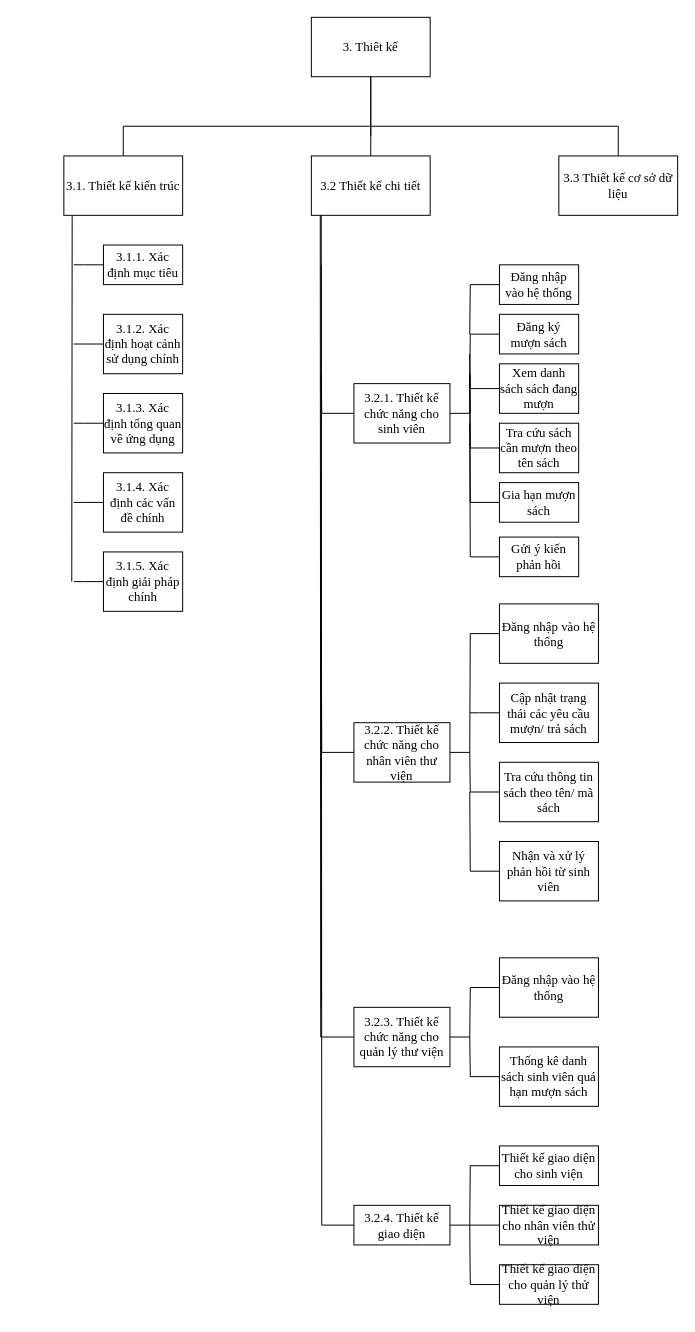
Earlier version of the draw.io diagram page "Design" (3 of 6) of WBS Library Official.drawio (MinhNgoc61021/PM). Source tidied: cells renumbered, new cells numbered last; positions are measured from the earlier drawing's top-left corner, leaving out a move shared by most shapes. Both pictures are drawn from the tidied source at 99%, with x=0, y=0 at pixel (63, 17).
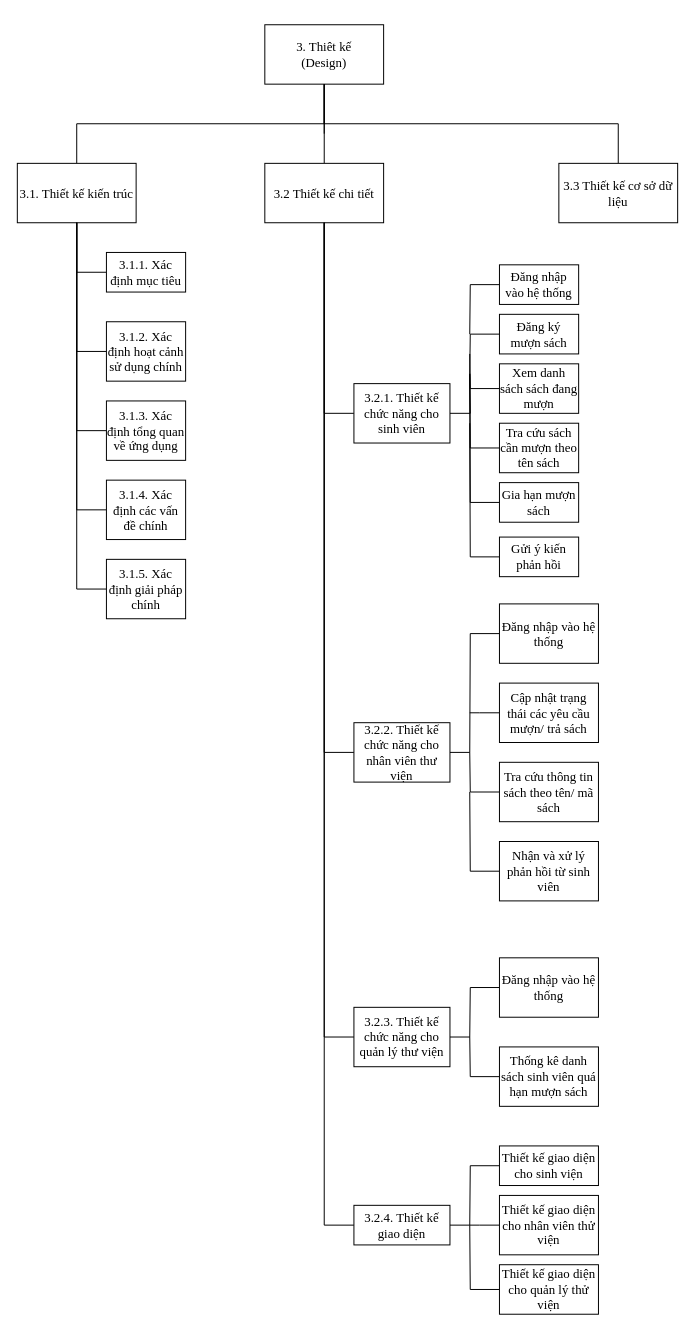
The same page after the edit.

The change refers to these unchanged cells:
```xml
<mxCell id="24" value="3.2.4. Thiết kế giao diện" style="rounded=0;whiteSpace=wrap;html=1;fontFamily=Times New Roman;fontSize=13;" parent="1" vertex="1">
  <mxGeometry x="293" y="1200" width="97" height="40" as="geometry" />
</mxCell>
<mxCell id="27" value="3.2.1. Thiết kế chức năng cho sinh viên" style="rounded=0;whiteSpace=wrap;html=1;fontFamily=Times New Roman;fontSize=13;" parent="1" vertex="1">
  <mxGeometry x="293" y="370" width="97" height="60" as="geometry" />
</mxCell>
<mxCell id="30" value="3.2.2. Thiết kế chức năng cho nhân viên thư viện" style="rounded=0;whiteSpace=wrap;html=1;fontFamily=Times New Roman;fontSize=13;" parent="1" vertex="1">
  <mxGeometry x="293" y="712.5" width="97" height="60" as="geometry" />
</mxCell>
<mxCell id="53" value="3.2.3. Thiết kế chức năng cho quản lý thư viện" style="rounded=0;whiteSpace=wrap;html=1;fontFamily=Times New Roman;fontSize=13;" parent="1" vertex="1">
  <mxGeometry x="293" y="1000" width="97" height="60" as="geometry" />
</mxCell>
```

Diff of the diagram source:
```diff
@@
     <mxCell id="2" style="edgeStyle=orthogonalEdgeStyle;rounded=0;jettySize=auto;html=1;endArrow=none;endFill=0;fontFamily=Times New Roman;fontSize=13;" parent="1" edge="1" source="3">
       <mxGeometry relative="1" as="geometry">
-        <mxPoint x="310" y="110" as="targetPoint" />
+        <mxPoint x="263" y="117.5" as="targetPoint" />
       </mxGeometry>
     </mxCell>
-    <mxCell id="3" value="3. Thiêt kế" style="rounded=0;whiteSpace=wrap;html=1;fontFamily=Times New Roman;fontSize=13;" parent="1" vertex="1">
-      <mxGeometry x="250" width="120" height="60" as="geometry" />
+    <mxCell id="3" value="3. Thiêt kế&lt;br&gt;(Design)" style="rounded=0;whiteSpace=wrap;html=1;fontFamily=Times New Roman;fontSize=13;" parent="1" vertex="1">
+      <mxGeometry x="203" y="7.5" width="120" height="60" as="geometry" />
     </mxCell>
-    <mxCell id="4" style="edgeStyle=orthogonalEdgeStyle;rounded=0;jettySize=auto;html=1;endArrow=none;endFill=0;fontFamily=Times New Roman;fontSize=13;" parent="1" edge="1" source="5">
-      <mxGeometry relative="1" as="geometry">
-        <mxPoint x="310" y="120" as="targetPoint" />
-        <Array as="points">
-          <mxPoint x="560" y="110" />
-          <mxPoint x="310" y="110" />
-        </Array>
-      </mxGeometry>
-    </mxCell>
+    <mxCell id="64" style="edgeStyle=orthogonalEdgeStyle;rounded=0;jettySize=auto;html=1;exitX=0.5;exitY=0;exitDx=0;exitDy=0;entryX=0.5;entryY=1;entryDx=0;entryDy=0;endArrow=none;endFill=0;" parent="1" edge="1" source="5" target="3">
+      <mxGeometry relative="1" as="geometry" />
+    </mxCell>
     <mxCell id="5" value="3.3 Thiết kế cơ sở dữ liệu" style="rounded=0;whiteSpace=wrap;html=1;fontFamily=Times New Roman;fontSize=13;" parent="1" vertex="1">
-      <mxGeometry x="500" y="140" width="120" height="60" as="geometry" />
+      <mxGeometry x="500" y="147.5" width="120" height="60" as="geometry" />
     </mxCell>
-    <mxCell id="6" style="edgeStyle=orthogonalEdgeStyle;rounded=0;jettySize=auto;html=1;endArrow=none;endFill=0;fontFamily=Times New Roman;fontSize=13;" parent="1" edge="1" source="7">
-      <mxGeometry relative="1" as="geometry">
-        <mxPoint x="310" y="110" as="targetPoint" />
-        <Array as="points">
-          <mxPoint x="60" y="110" />
-        </Array>
-      </mxGeometry>
-    </mxCell>
+    <mxCell id="65" style="edgeStyle=orthogonalEdgeStyle;rounded=0;jettySize=auto;html=1;exitX=0.5;exitY=0;exitDx=0;exitDy=0;entryX=0.5;entryY=1;entryDx=0;entryDy=0;endArrow=none;endFill=0;" parent="1" edge="1" source="7" target="3">
+      <mxGeometry relative="1" as="geometry" />
+    </mxCell>
     <mxCell id="7" value="3.1. Thiết kế kiến trúc" style="rounded=0;whiteSpace=wrap;html=1;fontFamily=Times New Roman;fontSize=13;" parent="1" vertex="1">
-      <mxGeometry y="140" width="120" height="60" as="geometry" />
+      <mxGeometry x="-47" y="147.5" width="120" height="60" as="geometry" />
     </mxCell>
@@
     <mxCell id="9" value="3.2 Thiết kế chi tiết" style="rounded=0;whiteSpace=wrap;html=1;fontFamily=Times New Roman;fontSize=13;" parent="1" vertex="1">
-      <mxGeometry x="250" y="140" width="120" height="60" as="geometry" />
+      <mxGeometry x="203" y="147.5" width="120" height="60" as="geometry" />
     </mxCell>
-    <mxCell id="10" style="endArrow=none;html=1;entryX=0.07;entryY=1.013;entryDx=0;entryDy=0;entryPerimeter=0;fontFamily=Times New Roman;fontSize=13;" parent="1" edge="1" target="7">
-      <mxGeometry relative="1" as="geometry">
-        <mxPoint x="8" y="570" as="sourcePoint" />
-      </mxGeometry>
-    </mxCell>
-    <mxCell id="11" style="edgeStyle=orthogonalEdgeStyle;rounded=0;jettySize=auto;html=1;endArrow=none;endFill=0;fontFamily=Times New Roman;fontSize=13;" parent="1" edge="1" source="12">
-      <mxGeometry relative="1" as="geometry">
-        <mxPoint x="10" y="250" as="targetPoint" />
-      </mxGeometry>
-    </mxCell>
+    <mxCell id="66" style="edgeStyle=orthogonalEdgeStyle;rounded=0;jettySize=auto;html=1;exitX=0;exitY=0.5;exitDx=0;exitDy=0;endArrow=none;endFill=0;entryX=0.5;entryY=1;entryDx=0;entryDy=0;" parent="1" edge="1" source="12" target="7">
+      <mxGeometry relative="1" as="geometry" />
+    </mxCell>
     <mxCell id="12" value="3.1.1. Xác định mục tiêu" style="rounded=0;whiteSpace=wrap;html=1;fontFamily=Times New Roman;fontSize=13;" parent="1" vertex="1">
-      <mxGeometry x="40" y="230" width="80" height="40" as="geometry" />
+      <mxGeometry x="43" y="237.5" width="80" height="40" as="geometry" />
     </mxCell>
-    <mxCell id="13" style="edgeStyle=orthogonalEdgeStyle;rounded=0;jettySize=auto;html=1;endArrow=none;endFill=0;fontFamily=Times New Roman;fontSize=13;" parent="1" edge="1" source="14">
-      <mxGeometry relative="1" as="geometry">
-        <mxPoint x="10" y="330" as="targetPoint" />
-      </mxGeometry>
-    </mxCell>
+    <mxCell id="67" style="edgeStyle=orthogonalEdgeStyle;rounded=0;jettySize=auto;html=1;exitX=0;exitY=0.5;exitDx=0;exitDy=0;entryX=0.5;entryY=1;entryDx=0;entryDy=0;endArrow=none;endFill=0;" parent="1" edge="1" source="14" target="7">
+      <mxGeometry relative="1" as="geometry" />
+    </mxCell>
     <mxCell id="14" value="3.1.2. Xác định hoạt cảnh sử dụng chính" style="rounded=0;whiteSpace=wrap;html=1;fontFamily=Times New Roman;fontSize=13;" parent="1" vertex="1">
-      <mxGeometry x="40" y="300" width="80" height="60" as="geometry" />
+      <mxGeometry x="43" y="307.5" width="80" height="60" as="geometry" />
     </mxCell>
-    <mxCell id="15" style="edgeStyle=orthogonalEdgeStyle;rounded=0;jettySize=auto;html=1;endArrow=none;endFill=0;fontFamily=Times New Roman;fontSize=13;" parent="1" edge="1" source="16">
-      <mxGeometry relative="1" as="geometry">
-        <mxPoint x="10" y="410" as="targetPoint" />
-      </mxGeometry>
-    </mxCell>
+    <mxCell id="68" style="edgeStyle=orthogonalEdgeStyle;rounded=0;jettySize=auto;html=1;exitX=0;exitY=0.5;exitDx=0;exitDy=0;entryX=0.5;entryY=1;entryDx=0;entryDy=0;endArrow=none;endFill=0;" parent="1" edge="1" source="16" target="7">
+      <mxGeometry relative="1" as="geometry" />
+    </mxCell>
     <mxCell id="16" value="3.1.3. Xác định tổng quan về ứng dụng" style="rounded=0;whiteSpace=wrap;html=1;fontFamily=Times New Roman;fontSize=13;" parent="1" vertex="1">
-      <mxGeometry x="40" y="380" width="80" height="60" as="geometry" />
+      <mxGeometry x="43" y="387.5" width="80" height="60" as="geometry" />
     </mxCell>
-    <mxCell id="17" style="edgeStyle=orthogonalEdgeStyle;rounded=0;jettySize=auto;html=1;endArrow=none;endFill=0;fontFamily=Times New Roman;fontSize=13;" parent="1" edge="1" source="18">
-      <mxGeometry relative="1" as="geometry">
-        <mxPoint x="10" y="490" as="targetPoint" />
-      </mxGeometry>
-    </mxCell>
+    <mxCell id="69" style="edgeStyle=orthogonalEdgeStyle;rounded=0;jettySize=auto;html=1;exitX=0;exitY=0.5;exitDx=0;exitDy=0;endArrow=none;endFill=0;entryX=0.5;entryY=1;entryDx=0;entryDy=0;" parent="1" edge="1" source="18" target="7">
+      <mxGeometry relative="1" as="geometry" />
+    </mxCell>
     <mxCell id="18" value="3.1.4. Xác định các vấn đề chính" style="rounded=0;whiteSpace=wrap;html=1;fontFamily=Times New Roman;fontSize=13;" parent="1" vertex="1">
-      <mxGeometry x="40" y="460" width="80" height="60" as="geometry" />
+      <mxGeometry x="43" y="467.5" width="80" height="60" as="geometry" />
     </mxCell>
-    <mxCell id="19" style="edgeStyle=orthogonalEdgeStyle;rounded=0;jettySize=auto;html=1;endArrow=none;endFill=0;fontFamily=Times New Roman;fontSize=13;" parent="1" edge="1" source="20">
-      <mxGeometry relative="1" as="geometry">
-        <mxPoint x="10" y="570" as="targetPoint" />
-      </mxGeometry>
-    </mxCell>
+    <mxCell id="70" style="edgeStyle=orthogonalEdgeStyle;rounded=0;jettySize=auto;html=1;exitX=0;exitY=0.5;exitDx=0;exitDy=0;entryX=0.5;entryY=1;entryDx=0;entryDy=0;endArrow=none;endFill=0;" parent="1" edge="1" source="20" target="7">
+      <mxGeometry relative="1" as="geometry" />
+    </mxCell>
     <mxCell id="20" value="3.1.5. Xác định giải pháp chính" style="rounded=0;whiteSpace=wrap;html=1;fontFamily=Times New Roman;fontSize=13;" parent="1" vertex="1">
-      <mxGeometry x="40" y="540" width="80" height="60" as="geometry" />
+      <mxGeometry x="43" y="547.5" width="80" height="60" as="geometry" />
     </mxCell>
-    <mxCell id="21" style="endArrow=none;html=1;fontFamily=Times New Roman;fontSize=13;" parent="1" edge="1">
-      <mxGeometry relative="1" as="geometry">
-        <mxPoint x="260" y="1000" as="sourcePoint" />
-        <mxPoint x="260" y="200" as="targetPoint" />
-      </mxGeometry>
-    </mxCell>
-    <mxCell id="22" style="edgeStyle=orthogonalEdgeStyle;rounded=0;jettySize=auto;html=1;endArrow=none;endFill=0;fontFamily=Times New Roman;fontSize=13;" parent="1" edge="1" source="24">
-      <mxGeometry relative="1" as="geometry">
-        <mxPoint x="260" y="250" as="targetPoint" />
-      </mxGeometry>
-    </mxCell>
@@
+    <mxCell id="71" style="edgeStyle=orthogonalEdgeStyle;rounded=0;jettySize=auto;html=1;exitX=0;exitY=0.5;exitDx=0;exitDy=0;entryX=0.5;entryY=1;entryDx=0;entryDy=0;endArrow=none;endFill=0;" parent="1" edge="1" source="24" target="9">
+      <mxGeometry relative="1" as="geometry" />
+    </mxCell>
@@
-    <mxCell id="25" style="edgeStyle=orthogonalEdgeStyle;rounded=0;jettySize=auto;html=1;endArrow=none;endFill=0;fontFamily=Times New Roman;fontSize=13;" parent="1" edge="1" source="27">
-      <mxGeometry relative="1" as="geometry">
-        <mxPoint x="260" y="360" as="targetPoint" />
-      </mxGeometry>
-    </mxCell>
@@
+    <mxCell id="72" style="edgeStyle=orthogonalEdgeStyle;rounded=0;jettySize=auto;html=1;exitX=0;exitY=0.5;exitDx=0;exitDy=0;entryX=0.5;entryY=1;entryDx=0;entryDy=0;endArrow=none;endFill=0;" parent="1" edge="1" source="27" target="9">
+      <mxGeometry relative="1" as="geometry" />
+    </mxCell>
@@
-    <mxCell id="28" style="edgeStyle=orthogonalEdgeStyle;rounded=0;jettySize=auto;html=1;endArrow=none;endFill=0;fontFamily=Times New Roman;fontSize=13;" parent="1" edge="1" source="30">
-      <mxGeometry relative="1" as="geometry">
-        <mxPoint x="260" y="620" as="targetPoint" />
-      </mxGeometry>
-    </mxCell>
@@
+    <mxCell id="73" style="edgeStyle=orthogonalEdgeStyle;rounded=0;jettySize=auto;html=1;exitX=0;exitY=0.5;exitDx=0;exitDy=0;endArrow=none;endFill=0;entryX=0.5;entryY=1;entryDx=0;entryDy=0;" parent="1" edge="1" source="30" target="9">
+      <mxGeometry relative="1" as="geometry" />
+    </mxCell>
@@
-    <mxCell id="52" style="edgeStyle=orthogonalEdgeStyle;rounded=0;jettySize=auto;html=1;exitX=0;exitY=0.5;exitDx=0;exitDy=0;endArrow=none;endFill=0;" parent="1" edge="1" source="53">
-      <mxGeometry relative="1" as="geometry">
-        <mxPoint x="259" y="200" as="targetPoint" />
-      </mxGeometry>
-    </mxCell>
+    <mxCell id="74" style="edgeStyle=orthogonalEdgeStyle;rounded=0;jettySize=auto;html=1;exitX=0;exitY=0.5;exitDx=0;exitDy=0;endArrow=none;endFill=0;entryX=0.5;entryY=1;entryDx=0;entryDy=0;" parent="1" edge="1" source="53" target="9">
+      <mxGeometry relative="1" as="geometry" />
+    </mxCell>
@@
     <mxCell id="61" value="Thiết kế giao diện cho nhân viên thử viện" style="rounded=0;whiteSpace=wrap;html=1;fontFamily=Times New Roman;fontSize=13;" parent="1" vertex="1">
-      <mxGeometry x="440" y="1200" width="100" height="40" as="geometry" />
+      <mxGeometry x="440" y="1190" width="100" height="60" as="geometry" />
     </mxCell>
@@
     <mxCell id="63" value="Thiết kế giao diện cho quản lý thử viện" style="rounded=0;whiteSpace=wrap;html=1;fontFamily=Times New Roman;fontSize=13;" parent="1" vertex="1">
-      <mxGeometry x="440" y="1260" width="100" height="40" as="geometry" />
+      <mxGeometry x="440" y="1260" width="100" height="50" as="geometry" />
     </mxCell>
```
